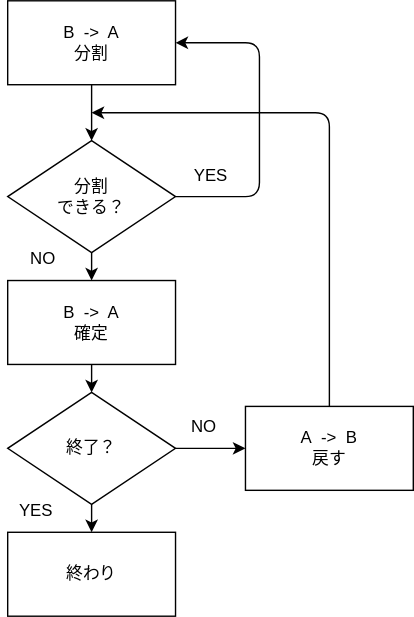
The draw.io diagram images/qsort/qsort-flow.svg in welove-t/42Tokyo-push_swap, before a commit. Source tidied: cells renumbered, new cells last; positions are measured from the earlier drawing's top-left corner, leaving out a move shared by most shapes. The source it was exported from:
```xml
<mxGraphModel>
  <root>
    <mxCell id="0" />
    <mxCell id="1" parent="0" />
    <mxCell id="2" style="edgeStyle=orthogonalEdgeStyle;html=1;exitX=0.5;exitY=1;exitDx=0;exitDy=0;entryX=0.5;entryY=0;entryDx=0;entryDy=0;" parent="1" edge="1" source="3" target="10">
      <mxGeometry relative="1" as="geometry" />
    </mxCell>
    <mxCell id="3" value="B&amp;nbsp; -&amp;gt;&amp;nbsp; A&lt;br&gt;分割" style="rounded=0;whiteSpace=wrap;html=1;" parent="1" vertex="1">
      <mxGeometry x="5" width="120" height="60" as="geometry" />
    </mxCell>
    <mxCell id="4" style="edgeStyle=orthogonalEdgeStyle;html=1;exitX=0.5;exitY=1;exitDx=0;exitDy=0;entryX=0.5;entryY=0;entryDx=0;entryDy=0;" parent="1" edge="1" source="5" target="13">
      <mxGeometry relative="1" as="geometry" />
    </mxCell>
    <mxCell id="5" value="B&amp;nbsp; -&amp;gt;&amp;nbsp; A&lt;br&gt;確定" style="rounded=0;whiteSpace=wrap;html=1;" parent="1" vertex="1">
      <mxGeometry x="5" y="200" width="120" height="60" as="geometry" />
    </mxCell>
    <mxCell id="6" style="edgeStyle=orthogonalEdgeStyle;html=1;exitX=0.5;exitY=0;exitDx=0;exitDy=0;" parent="1" edge="1" source="7">
      <mxGeometry relative="1" as="geometry">
        <mxPoint x="65" y="80" as="targetPoint" />
        <Array as="points">
          <mxPoint x="235" y="80" />
        </Array>
      </mxGeometry>
    </mxCell>
    <mxCell id="7" value="A&amp;nbsp; -&amp;gt;&amp;nbsp; B&lt;br&gt;戻す" style="rounded=0;whiteSpace=wrap;html=1;" parent="1" vertex="1">
      <mxGeometry x="175" y="290" width="120" height="60" as="geometry" />
    </mxCell>
    <mxCell id="8" style="edgeStyle=orthogonalEdgeStyle;html=1;exitX=0.5;exitY=1;exitDx=0;exitDy=0;entryX=0.5;entryY=0;entryDx=0;entryDy=0;" parent="1" edge="1" source="10" target="5">
      <mxGeometry relative="1" as="geometry" />
    </mxCell>
    <mxCell id="9" style="edgeStyle=orthogonalEdgeStyle;html=1;exitX=1;exitY=0.5;exitDx=0;exitDy=0;entryX=1;entryY=0.5;entryDx=0;entryDy=0;" parent="1" edge="1" source="10" target="3">
      <mxGeometry relative="1" as="geometry">
        <Array as="points">
          <mxPoint x="185" y="140" />
          <mxPoint x="185" y="30" />
        </Array>
      </mxGeometry>
    </mxCell>
    <mxCell id="10" value="分割&lt;br&gt;できる？" style="rhombus;whiteSpace=wrap;html=1;align=center;" parent="1" vertex="1">
      <mxGeometry x="5" y="100" width="120" height="80" as="geometry" />
    </mxCell>
    <mxCell id="11" style="edgeStyle=orthogonalEdgeStyle;html=1;exitX=1;exitY=0.5;exitDx=0;exitDy=0;entryX=0;entryY=0.5;entryDx=0;entryDy=0;" parent="1" edge="1" source="13" target="7">
      <mxGeometry relative="1" as="geometry" />
    </mxCell>
    <mxCell id="12" style="edgeStyle=orthogonalEdgeStyle;html=1;exitX=0.5;exitY=1;exitDx=0;exitDy=0;entryX=0.5;entryY=0;entryDx=0;entryDy=0;" parent="1" edge="1" source="13" target="14">
      <mxGeometry relative="1" as="geometry" />
    </mxCell>
    <mxCell id="13" value="終了？" style="rhombus;whiteSpace=wrap;html=1;" parent="1" vertex="1">
      <mxGeometry x="5" y="280" width="120" height="80" as="geometry" />
    </mxCell>
    <mxCell id="14" value="終わり" style="rounded=0;whiteSpace=wrap;html=1;" parent="1" vertex="1">
      <mxGeometry x="5" y="380" width="120" height="60" as="geometry" />
    </mxCell>
    <mxCell id="15" value="YES" style="text;html=1;align=center;verticalAlign=middle;strokeColor=none;fillColor=none;" parent="1" vertex="1">
      <mxGeometry x="125" y="110" width="50" height="30" as="geometry" />
    </mxCell>
    <mxCell id="16" value="NO" style="text;html=1;align=center;verticalAlign=middle;strokeColor=none;fillColor=none;" parent="1" vertex="1">
      <mxGeometry x="10" y="170" width="40" height="30" as="geometry" />
    </mxCell>
    <mxCell id="17" value="YES" style="text;html=1;align=center;verticalAlign=middle;strokeColor=none;fillColor=none;" parent="1" vertex="1">
      <mxGeometry y="350" width="50" height="30" as="geometry" />
    </mxCell>
    <mxCell id="18" value="NO" style="text;html=1;align=center;verticalAlign=middle;strokeColor=none;fillColor=none;" parent="1" vertex="1">
      <mxGeometry x="125" y="290" width="40" height="30" as="geometry" />
    </mxCell>
  </root>
</mxGraphModel>
```
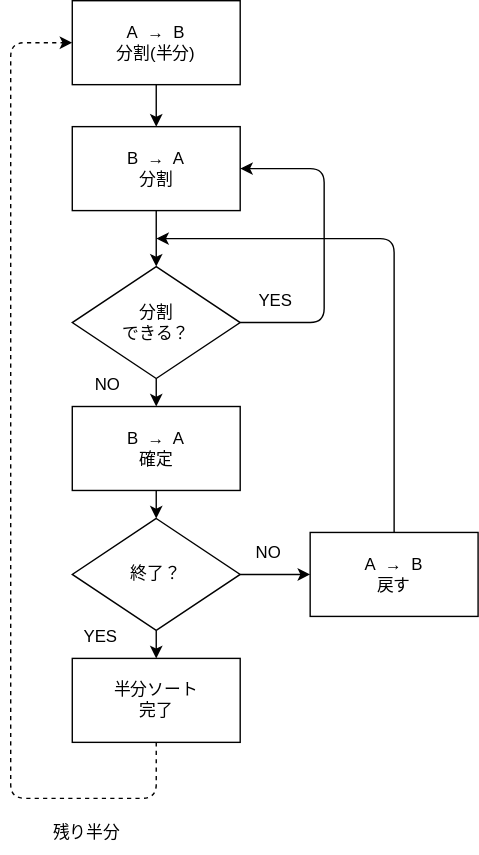
Later version of the same file.

Change to the diagram source:
```diff
@@ -5,13 +5,13 @@
     <mxCell id="2" style="edgeStyle=orthogonalEdgeStyle;html=1;exitX=0.5;exitY=1;exitDx=0;exitDy=0;entryX=0.5;entryY=0;entryDx=0;entryDy=0;" parent="1" edge="1" source="3" target="10">
       <mxGeometry relative="1" as="geometry" />
     </mxCell>
-    <mxCell id="3" value="B&amp;nbsp; -&amp;gt;&amp;nbsp; A&lt;br&gt;分割" style="rounded=0;whiteSpace=wrap;html=1;" parent="1" vertex="1">
+    <mxCell id="3" value="B&amp;nbsp; →&amp;nbsp; A&lt;br&gt;分割" style="rounded=0;whiteSpace=wrap;html=1;" parent="1" vertex="1">
       <mxGeometry x="5" width="120" height="60" as="geometry" />
     </mxCell>
     <mxCell id="4" style="edgeStyle=orthogonalEdgeStyle;html=1;exitX=0.5;exitY=1;exitDx=0;exitDy=0;entryX=0.5;entryY=0;entryDx=0;entryDy=0;" parent="1" edge="1" source="5" target="13">
       <mxGeometry relative="1" as="geometry" />
     </mxCell>
-    <mxCell id="5" value="B&amp;nbsp; -&amp;gt;&amp;nbsp; A&lt;br&gt;確定" style="rounded=0;whiteSpace=wrap;html=1;" parent="1" vertex="1">
+    <mxCell id="5" value="B&amp;nbsp; →&amp;nbsp; A&lt;br&gt;確定" style="rounded=0;whiteSpace=wrap;html=1;" parent="1" vertex="1">
       <mxGeometry x="5" y="200" width="120" height="60" as="geometry" />
     </mxCell>
     <mxCell id="6" style="edgeStyle=orthogonalEdgeStyle;html=1;exitX=0.5;exitY=0;exitDx=0;exitDy=0;" parent="1" edge="1" source="7">
@@ -22,7 +22,7 @@
         </Array>
       </mxGeometry>
     </mxCell>
-    <mxCell id="7" value="A&amp;nbsp; -&amp;gt;&amp;nbsp; B&lt;br&gt;戻す" style="rounded=0;whiteSpace=wrap;html=1;" parent="1" vertex="1">
+    <mxCell id="7" value="A&amp;nbsp; →&amp;nbsp; B&lt;br&gt;戻す" style="rounded=0;whiteSpace=wrap;html=1;" parent="1" vertex="1">
       <mxGeometry x="175" y="290" width="120" height="60" as="geometry" />
     </mxCell>
     <mxCell id="8" style="edgeStyle=orthogonalEdgeStyle;html=1;exitX=0.5;exitY=1;exitDx=0;exitDy=0;entryX=0.5;entryY=0;entryDx=0;entryDy=0;" parent="1" edge="1" source="10" target="5">
@@ -48,7 +48,7 @@
     <mxCell id="13" value="終了？" style="rhombus;whiteSpace=wrap;html=1;" parent="1" vertex="1">
       <mxGeometry x="5" y="280" width="120" height="80" as="geometry" />
     </mxCell>
-    <mxCell id="14" value="終わり" style="rounded=0;whiteSpace=wrap;html=1;" parent="1" vertex="1">
+    <mxCell id="14" value="半分ソート&lt;br&gt;完了" style="rounded=0;whiteSpace=wrap;html=1;" parent="1" vertex="1">
       <mxGeometry x="5" y="380" width="120" height="60" as="geometry" />
     </mxCell>
     <mxCell id="15" value="YES" style="text;html=1;align=center;verticalAlign=middle;strokeColor=none;fillColor=none;" parent="1" vertex="1">
@@ -63,5 +63,23 @@
     <mxCell id="18" value="NO" style="text;html=1;align=center;verticalAlign=middle;strokeColor=none;fillColor=none;" parent="1" vertex="1">
       <mxGeometry x="125" y="290" width="40" height="30" as="geometry" />
     </mxCell>
+    <mxCell id="19" style="edgeStyle=none;html=1;" parent="1" edge="1" source="20" target="3">
+      <mxGeometry relative="1" as="geometry" />
+    </mxCell>
+    <mxCell id="20" value="A&amp;nbsp; →&amp;nbsp; B&lt;br&gt;分割(半分)" style="rounded=0;whiteSpace=wrap;html=1;" parent="1" vertex="1">
+      <mxGeometry x="5" y="-90" width="120" height="60" as="geometry" />
+    </mxCell>
+    <mxCell id="21" style="edgeStyle=orthogonalEdgeStyle;html=1;exitX=0.5;exitY=1;exitDx=0;exitDy=0;entryX=0;entryY=0.5;entryDx=0;entryDy=0;dashed=1;" parent="1" edge="1" source="14" target="20">
+      <mxGeometry relative="1" as="geometry">
+        <Array as="points">
+          <mxPoint x="65" y="480" />
+          <mxPoint x="-39" y="480" />
+          <mxPoint x="-39" y="-60" />
+        </Array>
+      </mxGeometry>
+    </mxCell>
+    <mxCell id="22" value="残り半分" style="text;html=1;align=center;verticalAlign=middle;strokeColor=none;fillColor=none;" parent="1" vertex="1">
+      <mxGeometry x="-20" y="490" width="70" height="30" as="geometry" />
+    </mxCell>
   </root>
 </mxGraphModel>
```
